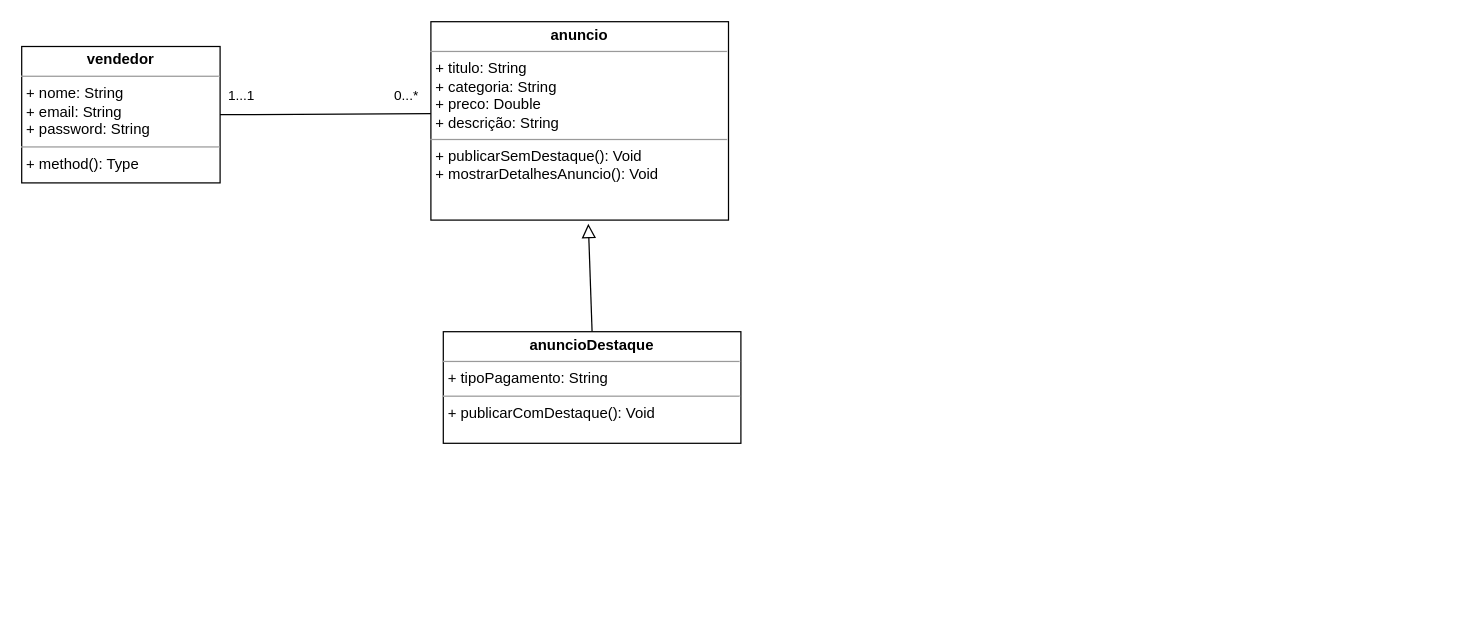
Above: UML/projeto/diagrama_de_classes.drawio in AnaCarvalho77/Cesae_SoftwareDeveloper (draw.io), before the change. Source tidied: cells renumbered, new cells numbered last; positions are measured from the earlier drawing's top-left corner, leaving out a move shared by most shapes. Both pictures are drawn from the tidied source at 124%, with x=0, y=0 at pixel (21, 21).
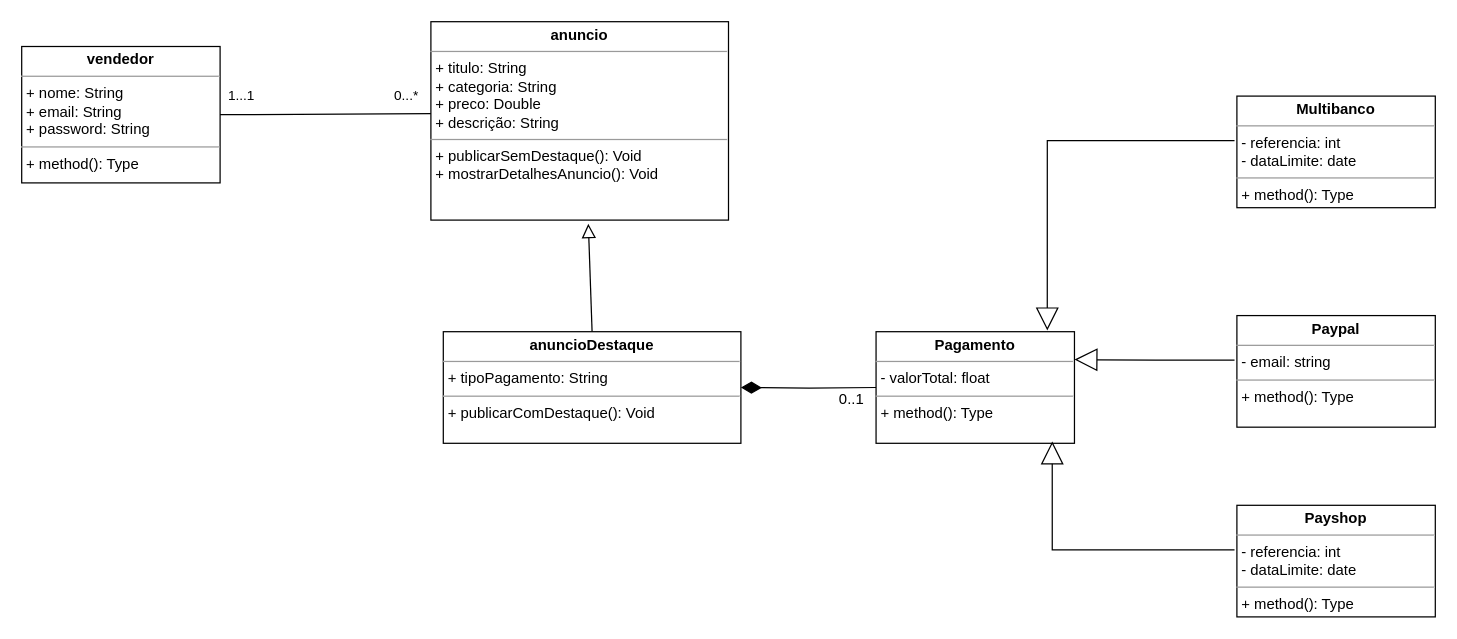
The same diagram, later.

Diff of the diagram source:
```diff
@@
 <mxGraphModel>
   <root>
     <mxCell id="0" />
     <mxCell id="1" parent="0" />
     <mxCell id="2" value="&lt;p style=&quot;margin:0px;margin-top:4px;text-align:center;&quot;&gt;&lt;b&gt;vendedor&lt;/b&gt;&lt;/p&gt;&lt;hr size=&quot;1&quot;&gt;&lt;p style=&quot;margin:0px;margin-left:4px;&quot;&gt;+ nome: String&lt;/p&gt;&lt;p style=&quot;margin:0px;margin-left:4px;&quot;&gt;+ email: String&lt;/p&gt;&lt;p style=&quot;margin:0px;margin-left:4px;&quot;&gt;+ password: String&lt;/p&gt;&lt;hr size=&quot;1&quot;&gt;&lt;p style=&quot;margin:0px;margin-left:4px;&quot;&gt;+ method(): Type&lt;/p&gt;" style="verticalAlign=top;align=left;overflow=fill;fontSize=12;fontFamily=Helvetica;html=1;whiteSpace=wrap;" parent="1" vertex="1">
       <mxGeometry y="20" width="160" height="110" as="geometry" />
     </mxCell>
     <mxCell id="3" value="&lt;p style=&quot;margin:0px;margin-top:4px;text-align:center;&quot;&gt;&lt;b&gt;anuncio&lt;/b&gt;&lt;/p&gt;&lt;hr size=&quot;1&quot;&gt;&lt;p style=&quot;margin:0px;margin-left:4px;&quot;&gt;+ titulo: String&lt;/p&gt;&lt;p style=&quot;margin:0px;margin-left:4px;&quot;&gt;+ categoria: String&lt;/p&gt;&lt;p style=&quot;margin:0px;margin-left:4px;&quot;&gt;+ preco: Double&lt;/p&gt;&lt;p style=&quot;margin:0px;margin-left:4px;&quot;&gt;+ descrição: String&lt;/p&gt;&lt;hr size=&quot;1&quot;&gt;&lt;p style=&quot;margin:0px;margin-left:4px;&quot;&gt;+ publicarSemDestaque(): Void&lt;/p&gt;&lt;p style=&quot;margin:0px;margin-left:4px;&quot;&gt;+ mostrarDetalhesAnuncio(): Void&lt;/p&gt;" style="verticalAlign=top;align=left;overflow=fill;fontSize=12;fontFamily=Helvetica;html=1;whiteSpace=wrap;" parent="1" vertex="1">
       <mxGeometry x="330" width="240" height="160" as="geometry" />
     </mxCell>
     <mxCell id="4" style="endArrow=none;html=1;rounded=0;exitX=1;exitY=0.5;exitDx=0;exitDy=0;entryX=0;entryY=0.463;entryDx=0;entryDy=0;entryPerimeter=0;" parent="1" edge="1" source="2" target="3">
       <mxGeometry relative="1" as="geometry" />
     </mxCell>
     <mxCell id="5" value="0...*" style="edgeLabel;html=1;align=center;verticalAlign=middle;" parent="4" vertex="1">
       <mxGeometry x="-0.83" y="1" relative="1" as="geometry">
         <mxPoint x="136" y="-14" as="offset" />
       </mxGeometry>
     </mxCell>
     <mxCell id="6" value="1...1" style="edgeLabel;html=1;align=center;verticalAlign=middle;" parent="4" vertex="1">
       <mxGeometry x="-0.77" relative="1" as="geometry">
         <mxPoint x="-3" y="-15" as="offset" />
       </mxGeometry>
     </mxCell>
     <mxCell id="7" value="&lt;p style=&quot;margin:0px;margin-top:4px;text-align:center;&quot;&gt;&lt;b&gt;anuncioDestaque&lt;/b&gt;&lt;/p&gt;&lt;hr size=&quot;1&quot;&gt;&lt;p style=&quot;margin:0px;margin-left:4px;&quot;&gt;+ tipoPagamento: String&lt;/p&gt;&lt;hr size=&quot;1&quot;&gt;&lt;p style=&quot;margin:0px;margin-left:4px;&quot;&gt;+ publicarComDestaque(): Void&lt;/p&gt;&lt;p style=&quot;margin:0px;margin-left:4px;&quot;&gt;&lt;br&gt;&lt;/p&gt;" style="verticalAlign=top;align=left;overflow=fill;fontSize=12;fontFamily=Helvetica;html=1;whiteSpace=wrap;" parent="1" vertex="1">
       <mxGeometry x="340" y="250" width="240" height="90" as="geometry" />
     </mxCell>
     <mxCell id="8" style="endArrow=block;html=1;rounded=0;entryX=0.529;entryY=1.019;entryDx=0;entryDy=0;entryPerimeter=0;exitX=0.5;exitY=0;exitDx=0;exitDy=0;endFill=0;endSize=9;" parent="1" edge="1" source="7" target="3">
       <mxGeometry relative="1" as="geometry" />
     </mxCell>
+    <mxCell id="9" value="&lt;p style=&quot;margin:0px;margin-top:4px;text-align:center;&quot;&gt;&lt;b&gt;Pagamento&lt;/b&gt;&lt;/p&gt;&lt;hr size=&quot;1&quot;&gt;&lt;p style=&quot;margin:0px;margin-left:4px;&quot;&gt;- valorTotal: float&lt;/p&gt;&lt;hr size=&quot;1&quot;&gt;&lt;p style=&quot;margin:0px;margin-left:4px;&quot;&gt;+ method(): Type&lt;/p&gt;" style="verticalAlign=top;align=left;overflow=fill;fontSize=12;fontFamily=Helvetica;html=1;whiteSpace=wrap;" parent="1" vertex="1">
+      <mxGeometry x="689" y="250" width="160" height="90" as="geometry" />
+    </mxCell>
+    <mxCell id="10" style="endArrow=none;html=1;endSize=12;startArrow=diamondThin;startSize=14;startFill=1;edgeStyle=orthogonalEdgeStyle;align=left;verticalAlign=bottom;rounded=0;exitX=1;exitY=0.5;exitDx=0;exitDy=0;entryX=0;entryY=0.5;entryDx=0;entryDy=0;endFill=0;" parent="1" edge="1" target="9">
+      <mxGeometry x="-1" y="3" relative="1" as="geometry">
+        <mxPoint x="580" y="295" as="sourcePoint" />
+      </mxGeometry>
+    </mxCell>
+    <mxCell id="11" value="0..1" style="text;html=1;align=center;verticalAlign=middle;strokeColor=none;fillColor=none;" parent="1" vertex="1">
+      <mxGeometry x="649" y="290" width="40" height="30" as="geometry" />
+    </mxCell>
+    <mxCell id="12" value="&lt;p style=&quot;margin:0px;margin-top:4px;text-align:center;&quot;&gt;&lt;b&gt;Multibanco&lt;/b&gt;&lt;/p&gt;&lt;hr size=&quot;1&quot;&gt;&lt;p style=&quot;margin:0px;margin-left:4px;&quot;&gt;- referencia: int&lt;/p&gt;&lt;p style=&quot;margin:0px;margin-left:4px;&quot;&gt;- dataLimite: date&lt;/p&gt;&lt;hr size=&quot;1&quot;&gt;&lt;p style=&quot;margin:0px;margin-left:4px;&quot;&gt;+ method(): Type&lt;/p&gt;" style="verticalAlign=top;align=left;overflow=fill;fontSize=12;fontFamily=Helvetica;html=1;whiteSpace=wrap;" parent="1" vertex="1">
+      <mxGeometry x="980" y="60" width="160" height="90" as="geometry" />
+    </mxCell>
+    <mxCell id="13" style="endArrow=block;endSize=16;endFill=0;html=1;rounded=0;edgeStyle=orthogonalEdgeStyle;exitX=-0.012;exitY=0.4;exitDx=0;exitDy=0;exitPerimeter=0;entryX=0.863;entryY=-0.011;entryDx=0;entryDy=0;entryPerimeter=0;" parent="1" edge="1" source="12" target="9">
+      <mxGeometry relative="1" as="geometry" />
+    </mxCell>
+    <mxCell id="14" value="&lt;p style=&quot;margin:0px;margin-top:4px;text-align:center;&quot;&gt;&lt;b&gt;Paypal&lt;/b&gt;&lt;/p&gt;&lt;hr size=&quot;1&quot;&gt;&lt;p style=&quot;margin:0px;margin-left:4px;&quot;&gt;- email: string&lt;/p&gt;&lt;hr size=&quot;1&quot;&gt;&lt;p style=&quot;margin:0px;margin-left:4px;&quot;&gt;+ method(): Type&lt;/p&gt;" style="verticalAlign=top;align=left;overflow=fill;fontSize=12;fontFamily=Helvetica;html=1;whiteSpace=wrap;" parent="1" vertex="1">
+      <mxGeometry x="980" y="237" width="160" height="90" as="geometry" />
+    </mxCell>
+    <mxCell id="15" style="endArrow=block;endSize=16;endFill=0;html=1;rounded=0;edgeStyle=orthogonalEdgeStyle;exitX=-0.012;exitY=0.4;exitDx=0;exitDy=0;exitPerimeter=0;entryX=1;entryY=0.25;entryDx=0;entryDy=0;" parent="1" edge="1" source="14" target="9">
+      <mxGeometry relative="1" as="geometry" />
+    </mxCell>
+    <mxCell id="16" value="&lt;p style=&quot;margin:0px;margin-top:4px;text-align:center;&quot;&gt;&lt;b&gt;Payshop&lt;/b&gt;&lt;/p&gt;&lt;hr size=&quot;1&quot;&gt;&lt;p style=&quot;border-color: var(--border-color); margin: 0px 0px 0px 4px;&quot;&gt;- referencia: int&lt;/p&gt;&lt;p style=&quot;border-color: var(--border-color); margin: 0px 0px 0px 4px;&quot;&gt;- dataLimite: date&lt;/p&gt;&lt;hr size=&quot;1&quot;&gt;&lt;p style=&quot;margin:0px;margin-left:4px;&quot;&gt;+ method(): Type&lt;/p&gt;" style="verticalAlign=top;align=left;overflow=fill;fontSize=12;fontFamily=Helvetica;html=1;whiteSpace=wrap;" parent="1" vertex="1">
+      <mxGeometry x="980" y="390" width="160" height="90" as="geometry" />
+    </mxCell>
+    <mxCell id="17" style="endArrow=block;endSize=16;endFill=0;html=1;rounded=0;edgeStyle=orthogonalEdgeStyle;exitX=-0.012;exitY=0.4;exitDx=0;exitDy=0;exitPerimeter=0;entryX=0.888;entryY=0.983;entryDx=0;entryDy=0;entryPerimeter=0;" parent="1" edge="1" source="16" target="9">
+      <mxGeometry relative="1" as="geometry" />
+    </mxCell>
   </root>
 </mxGraphModel>
```
